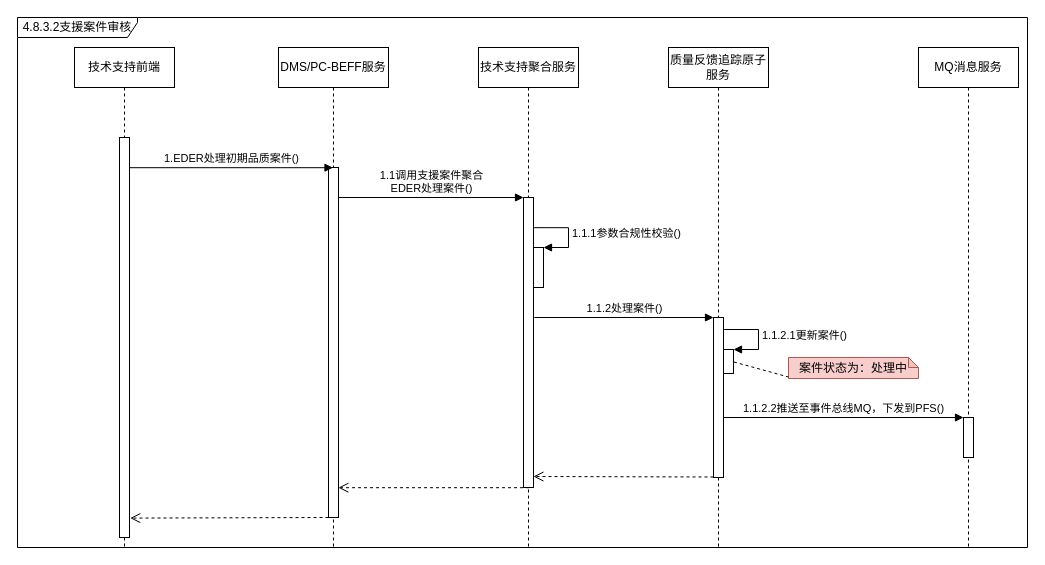
The draw.io diagram page "支援案件行为图" (5 of 6) of images/支援案件时序图.drawio in 1132489442/designer, before the edit. Source tidied: cells renumbered, new cells numbered last; positions are measured from the earlier drawing's top-left corner, leaving out a move shared by most shapes. Both pictures are drawn from the tidied source at 100%, with x=0, y=0 at pixel (17, 17).
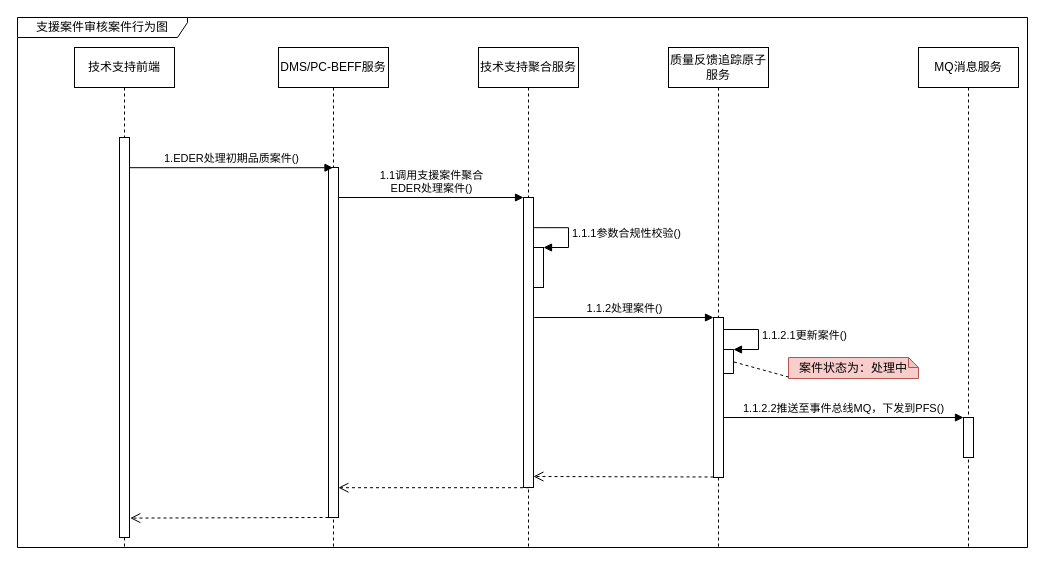
Above is the later version.

What changed in the source:
```diff
@@
-    <mxCell id="25" value="4.8.3.2支援案件审核" style="shape=umlFrame;whiteSpace=wrap;html=1;width=120;height=20;" parent="1" vertex="1">
+    <mxCell id="25" value="支援案件审核案件行为图" style="shape=umlFrame;whiteSpace=wrap;html=1;width=170;height=20;" parent="1" vertex="1">
       <mxGeometry width="1010" height="530" as="geometry" />
     </mxCell>
```
